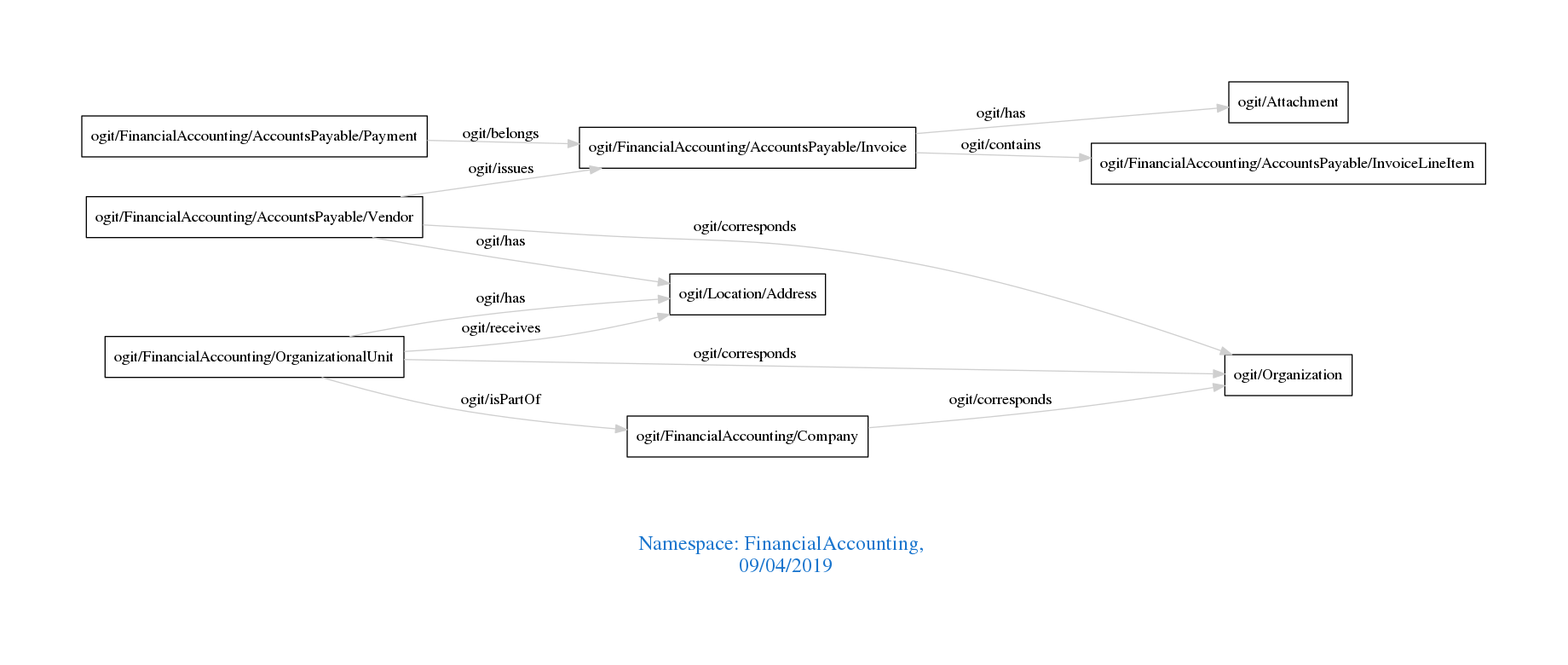
Before: downloads/FinancialAccounting.png, a diagram exported from Graphviz (arago/OGIT). Its source is kept beside it as downloads/FinancialAccounting.dot.
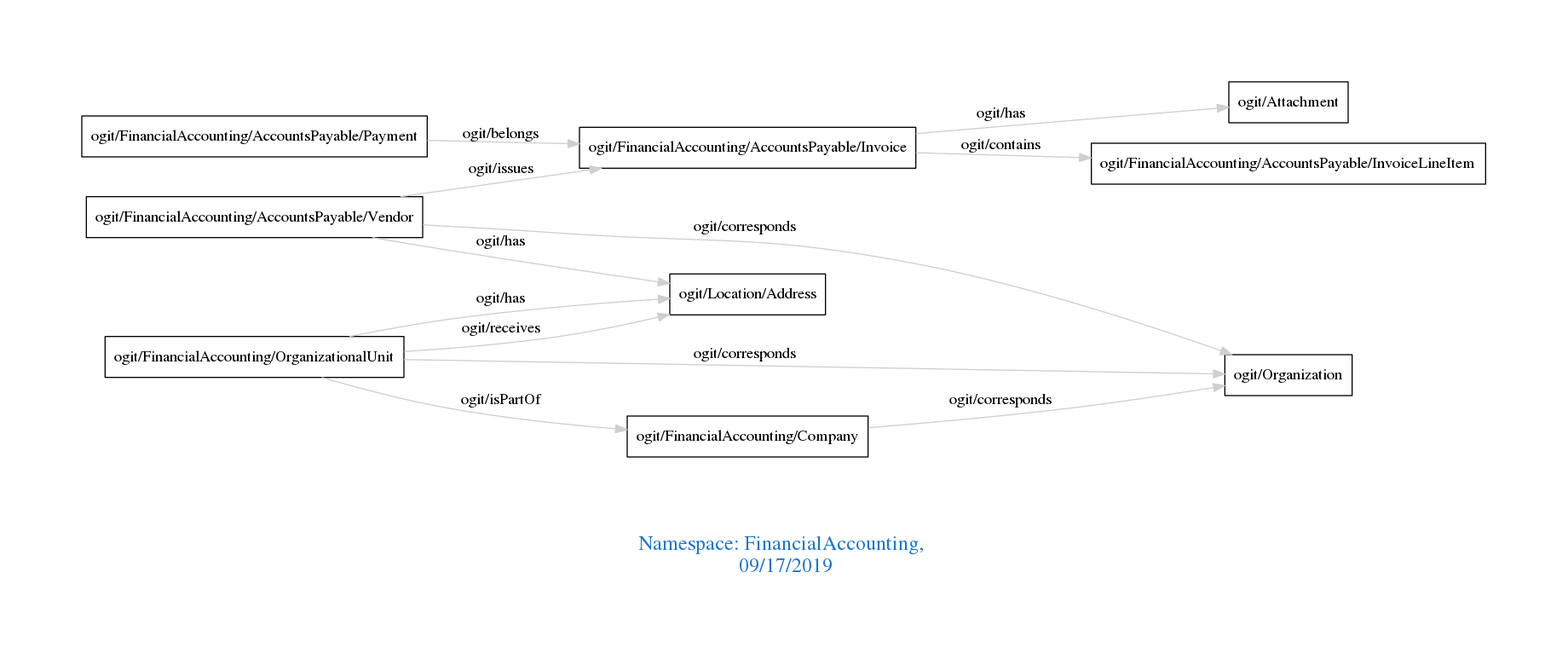
Later version of the same file.

Diff of the diagram source:
```diff
@@ -1,7 +1,7 @@
 digraph OGIT_ontology {
  graph [ rankdir= LR,pad=1
 fontsize = 18,
-fontcolor= dodgerblue3,label = "\n\n\nNamespace: FinancialAccounting, \n 09/04/2019"];
+fontcolor= dodgerblue3,label = "\n\n\nNamespace: FinancialAccounting, \n 09/17/2019"];
 node[shape=polygon];
 edge [  color="gray81"];
 
```
